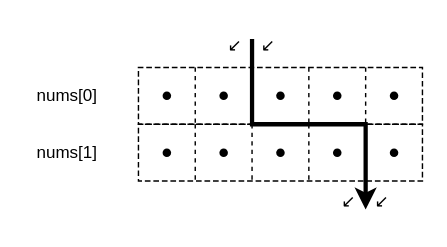
This is source/coding/3250-find-the-count-of-monotonic-pairs-i/path-m-m.drawio from calfzhou/gocalf.com, a draw.io file, before an edit. Source tidied: cells renumbered, new cells numbered last; positions are measured from the earlier drawing's top-left corner, leaving out a move shared by most shapes. Both pictures are drawn from the tidied source at 142%, with x=0, y=0 at pixel (24, 24).
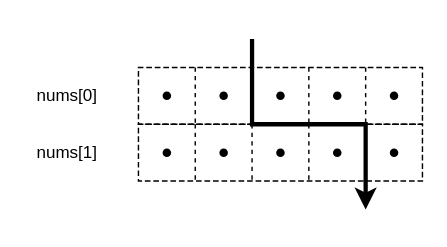
The same diagram, later.

What changed in the source:
```diff
@@
-    <mxCell id="29" value="↙&amp;nbsp; &amp;nbsp; ↙" style="text;html=1;align=center;verticalAlign=middle;whiteSpace=wrap;rounded=0;strokeColor=none;dashed=1;dashPattern=1 1;" parent="1" vertex="1">
-      <mxGeometry x="120" width="80" height="30" as="geometry" />
-    </mxCell>
-    <mxCell id="30" value="↙&amp;nbsp; &amp;nbsp; ↙" style="text;html=1;align=center;verticalAlign=middle;whiteSpace=wrap;rounded=0;strokeColor=none;dashed=1;dashPattern=1 1;" parent="1" vertex="1">
-      <mxGeometry x="200" y="110" width="80" height="30" as="geometry" />
-    </mxCell>
```
